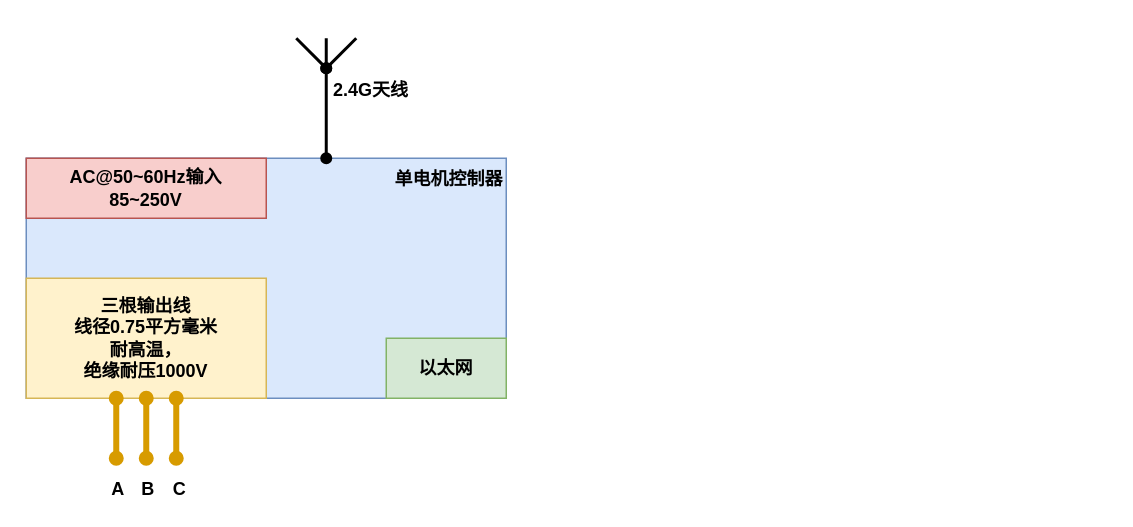
Above: JAKDRAW2.drawio in FeO2081/soft (draw.io), before the change. Source tidied: cells renumbered, new cells numbered last; positions are measured from the earlier drawing's top-left corner, leaving out a move shared by most shapes. Both pictures are drawn from the tidied source at 150%, with x=0, y=0 at pixel (26, 38).
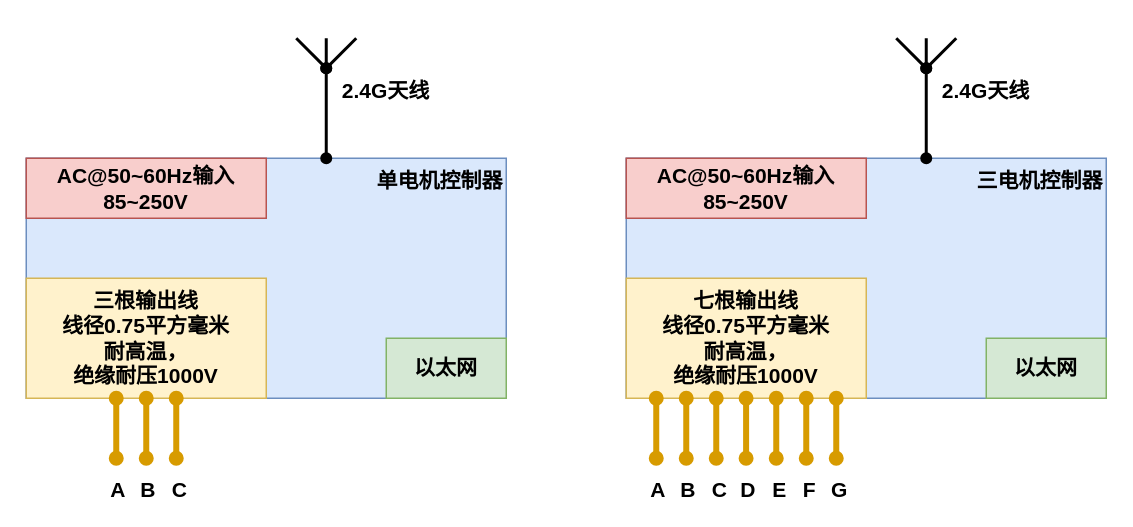
The same diagram, later.

Change to the diagram source:
```diff
@@
-    <mxCell id="2" value="单电机控制器" style="rounded=0;whiteSpace=wrap;html=1;fillColor=#dae8fc;strokeColor=#6c8ebf;fontStyle=1;align=right;verticalAlign=top;" parent="1" vertex="1">
+    <mxCell id="2" value="单电机控制器" style="rounded=0;whiteSpace=wrap;html=1;fillColor=#dae8fc;strokeColor=#6c8ebf;fontStyle=1;align=right;verticalAlign=top;fontSize=14;" parent="1" vertex="1">
       <mxGeometry y="80" width="320" height="160" as="geometry" />
     </mxCell>
-    <mxCell id="3" value="AC@50~60Hz输入&lt;div&gt;85~250V&lt;/div&gt;" style="rounded=0;whiteSpace=wrap;html=1;fillColor=#f8cecc;strokeColor=#b85450;fontStyle=1;" parent="1" vertex="1">
+    <mxCell id="3" value="AC@50~60Hz输入&lt;div&gt;85~250V&lt;/div&gt;" style="rounded=0;whiteSpace=wrap;html=1;fillColor=#f8cecc;strokeColor=#b85450;fontStyle=1;fontSize=14;" parent="1" vertex="1">
       <mxGeometry y="80" width="160" height="40" as="geometry" />
     </mxCell>
-    <mxCell id="4" style="endArrow=none;html=1;rounded=1;curved=0;strokeWidth=2;startArrow=oval;startFill=1;endFill=0;" parent="1" edge="1">
+    <mxCell id="4" style="endArrow=none;html=1;rounded=1;curved=0;strokeWidth=2;startArrow=oval;startFill=1;endFill=0;fontSize=14;" parent="1" edge="1">
       <mxGeometry relative="1" as="geometry">
         <mxPoint x="200" y="80" as="sourcePoint" />
         <mxPoint x="200" as="targetPoint" />
       </mxGeometry>
     </mxCell>
-    <mxCell id="5" style="endArrow=none;html=1;rounded=0;startArrow=oval;startFill=1;endFill=0;strokeWidth=2;" parent="1" edge="1">
+    <mxCell id="5" style="endArrow=none;html=1;rounded=0;startArrow=oval;startFill=1;endFill=0;strokeWidth=2;fontSize=14;" parent="1" edge="1">
       <mxGeometry relative="1" as="geometry">
         <mxPoint x="200" y="20" as="sourcePoint" />
         <mxPoint x="220" as="targetPoint" />
       </mxGeometry>
     </mxCell>
-    <mxCell id="6" style="endArrow=none;html=1;rounded=0;startArrow=oval;startFill=1;endFill=0;strokeWidth=2;" parent="1" edge="1">
+    <mxCell id="6" style="endArrow=none;html=1;rounded=0;startArrow=oval;startFill=1;endFill=0;strokeWidth=2;fontSize=14;" parent="1" edge="1">
       <mxGeometry relative="1" as="geometry">
         <mxPoint x="200" y="20" as="sourcePoint" />
         <mxPoint x="180" as="targetPoint" />
       </mxGeometry>
     </mxCell>
-    <mxCell id="7" value="2.4G天线" style="text;html=1;whiteSpace=wrap;strokeColor=none;fillColor=none;align=center;verticalAlign=middle;rounded=0;fontStyle=1;" parent="1" vertex="1">
-      <mxGeometry x="200" y="20" width="60" height="30" as="geometry" />
+    <mxCell id="7" value="2.4G天线" style="text;html=1;whiteSpace=wrap;strokeColor=none;fillColor=none;align=center;verticalAlign=middle;rounded=0;fontStyle=1;fontSize=14;" parent="1" vertex="1">
+      <mxGeometry x="200" y="20" width="80" height="30" as="geometry" />
     </mxCell>
-    <mxCell id="8" value="以太网" style="rounded=0;whiteSpace=wrap;html=1;fillColor=#d5e8d4;strokeColor=#82b366;fontStyle=1;" parent="1" vertex="1">
+    <mxCell id="8" value="以太网" style="rounded=0;whiteSpace=wrap;html=1;fillColor=#d5e8d4;strokeColor=#82b366;fontStyle=1;fontSize=14;" parent="1" vertex="1">
       <mxGeometry x="240" y="200" width="80" height="40" as="geometry" />
     </mxCell>
-    <mxCell id="9" value="三根输出线&lt;div&gt;线径0.75平方毫米&lt;/div&gt;&lt;div&gt;耐高温，&lt;/div&gt;&lt;div&gt;绝缘耐压1000V&lt;/div&gt;" style="rounded=0;whiteSpace=wrap;html=1;fillColor=#fff2cc;strokeColor=#d6b656;fontStyle=1;" parent="1" vertex="1">
+    <mxCell id="9" value="三根输出线&lt;div&gt;线径0.75平方毫米&lt;/div&gt;&lt;div&gt;耐高温，&lt;/div&gt;&lt;div&gt;绝缘耐压1000V&lt;/div&gt;" style="rounded=0;whiteSpace=wrap;html=1;fillColor=#fff2cc;strokeColor=#d6b656;fontStyle=1;fontSize=14;" parent="1" vertex="1">
       <mxGeometry y="160" width="160" height="80" as="geometry" />
     </mxCell>
-    <mxCell id="10" style="endArrow=oval;html=1;rounded=0;entryX=0.25;entryY=1;entryDx=0;entryDy=0;strokeWidth=4;startArrow=oval;startFill=1;endFill=1;fillColor=#ffe6cc;strokeColor=#d79b00;" parent="1" edge="1">
+    <mxCell id="10" style="endArrow=oval;html=1;rounded=0;entryX=0.25;entryY=1;entryDx=0;entryDy=0;strokeWidth=4;startArrow=oval;startFill=1;endFill=1;fillColor=#ffe6cc;strokeColor=#d79b00;fontSize=14;" parent="1" edge="1">
       <mxGeometry relative="1" as="geometry">
         <mxPoint x="60" y="280" as="sourcePoint" />
         <mxPoint x="60" y="240" as="targetPoint" />
       </mxGeometry>
     </mxCell>
-    <mxCell id="11" value="A" style="edgeLabel;html=1;align=center;verticalAlign=middle;fontSize=12;fontStyle=1;" parent="10" vertex="1">
+    <mxCell id="11" value="A" style="edgeLabel;html=1;align=center;verticalAlign=middle;fontSize=14;fontStyle=1;" parent="10" vertex="1">
       <mxGeometry x="0.09" relative="1" as="geometry">
         <mxPoint y="42" as="offset" />
       </mxGeometry>
     </mxCell>
-    <mxCell id="12" style="endArrow=oval;html=1;rounded=0;entryX=0.5;entryY=1;entryDx=0;entryDy=0;strokeWidth=4;startArrow=oval;startFill=1;endFill=1;fillColor=#ffe6cc;strokeColor=#d79b00;" parent="1" edge="1" target="9">
+    <mxCell id="12" style="endArrow=oval;html=1;rounded=0;entryX=0.5;entryY=1;entryDx=0;entryDy=0;strokeWidth=4;startArrow=oval;startFill=1;endFill=1;fillColor=#ffe6cc;strokeColor=#d79b00;fontSize=14;" parent="1" edge="1" target="9">
       <mxGeometry relative="1" as="geometry">
         <mxPoint x="80" y="280" as="sourcePoint" />
       </mxGeometry>
     </mxCell>
-    <mxCell id="13" value="B" style="edgeLabel;html=1;align=center;verticalAlign=middle;fontSize=12;fontStyle=1;" parent="12" vertex="1">
+    <mxCell id="13" value="B" style="edgeLabel;html=1;align=center;verticalAlign=middle;fontSize=14;fontStyle=1;" parent="12" vertex="1">
       <mxGeometry x="0.02" y="1" relative="1" as="geometry">
         <mxPoint x="1" y="40" as="offset" />
       </mxGeometry>
     </mxCell>
-    <mxCell id="14" style="endArrow=oval;html=1;rounded=0;entryX=0.75;entryY=1;entryDx=0;entryDy=0;strokeWidth=4;startArrow=oval;startFill=1;endFill=1;fillColor=#ffe6cc;strokeColor=#d79b00;" parent="1" edge="1">
+    <mxCell id="14" style="endArrow=oval;html=1;rounded=0;entryX=0.75;entryY=1;entryDx=0;entryDy=0;strokeWidth=4;startArrow=oval;startFill=1;endFill=1;fillColor=#ffe6cc;strokeColor=#d79b00;fontSize=14;" parent="1" edge="1">
       <mxGeometry relative="1" as="geometry">
         <mxPoint x="100" y="280" as="sourcePoint" />
         <mxPoint x="100" y="240" as="targetPoint" />
       </mxGeometry>
     </mxCell>
-    <mxCell id="15" value="C" style="edgeLabel;html=1;align=center;verticalAlign=middle;fontSize=12;fontStyle=1;" parent="14" vertex="1">
+    <mxCell id="15" value="C" style="edgeLabel;html=1;align=center;verticalAlign=middle;fontSize=14;fontStyle=1;" parent="14" vertex="1">
       <mxGeometry x="-0.05" y="-1" relative="1" as="geometry">
         <mxPoint y="39" as="offset" />
       </mxGeometry>
     </mxCell>
+    <mxCell id="16" value="三电机控制器" style="rounded=0;whiteSpace=wrap;html=1;fillColor=#dae8fc;strokeColor=#6c8ebf;fontStyle=1;align=right;verticalAlign=top;fontSize=14;" parent="1" vertex="1">
+      <mxGeometry x="400" y="80" width="320" height="160" as="geometry" />
+    </mxCell>
+    <mxCell id="17" value="AC@50~60Hz输入&lt;div&gt;85~250V&lt;/div&gt;" style="rounded=0;whiteSpace=wrap;html=1;fillColor=#f8cecc;strokeColor=#b85450;fontStyle=1;fontSize=14;" parent="1" vertex="1">
+      <mxGeometry x="400" y="80" width="160" height="40" as="geometry" />
+    </mxCell>
+    <mxCell id="18" style="endArrow=none;html=1;rounded=1;curved=0;strokeWidth=2;startArrow=oval;startFill=1;endFill=0;fontSize=14;" parent="1" edge="1">
+      <mxGeometry relative="1" as="geometry">
+        <mxPoint x="600" y="80" as="sourcePoint" />
+        <mxPoint x="600" as="targetPoint" />
+      </mxGeometry>
+    </mxCell>
+    <mxCell id="19" style="endArrow=none;html=1;rounded=0;startArrow=oval;startFill=1;endFill=0;strokeWidth=2;fontSize=14;" parent="1" edge="1">
+      <mxGeometry relative="1" as="geometry">
+        <mxPoint x="600" y="20" as="sourcePoint" />
+        <mxPoint x="620" as="targetPoint" />
+      </mxGeometry>
+    </mxCell>
+    <mxCell id="20" style="endArrow=none;html=1;rounded=0;startArrow=oval;startFill=1;endFill=0;strokeWidth=2;fontSize=14;" parent="1" edge="1">
+      <mxGeometry relative="1" as="geometry">
+        <mxPoint x="600" y="20" as="sourcePoint" />
+        <mxPoint x="580" as="targetPoint" />
+      </mxGeometry>
+    </mxCell>
+    <mxCell id="21" value="2.4G天线" style="text;html=1;whiteSpace=wrap;strokeColor=none;fillColor=none;align=center;verticalAlign=middle;rounded=0;fontStyle=1;fontSize=14;" parent="1" vertex="1">
+      <mxGeometry x="600" y="20" width="80" height="30" as="geometry" />
+    </mxCell>
+    <mxCell id="22" value="以太网" style="rounded=0;whiteSpace=wrap;html=1;fillColor=#d5e8d4;strokeColor=#82b366;fontStyle=1;fontSize=14;" parent="1" vertex="1">
+      <mxGeometry x="640" y="200" width="80" height="40" as="geometry" />
+    </mxCell>
+    <mxCell id="23" value="七根输出线&lt;div&gt;线径0.75平方毫米&lt;/div&gt;&lt;div&gt;耐高温，&lt;/div&gt;&lt;div&gt;绝缘耐压1000V&lt;/div&gt;" style="rounded=0;whiteSpace=wrap;html=1;fillColor=#fff2cc;strokeColor=#d6b656;fontStyle=1;fontSize=14;" parent="1" vertex="1">
+      <mxGeometry x="400" y="160" width="160" height="80" as="geometry" />
+    </mxCell>
+    <mxCell id="24" style="endArrow=oval;html=1;rounded=0;entryX=0.25;entryY=1;entryDx=0;entryDy=0;strokeWidth=4;startArrow=oval;startFill=1;endFill=1;fillColor=#ffe6cc;strokeColor=#d79b00;fontSize=14;" parent="1" edge="1">
+      <mxGeometry relative="1" as="geometry">
+        <mxPoint x="420" y="280" as="sourcePoint" />
+        <mxPoint x="420" y="240" as="targetPoint" />
+      </mxGeometry>
+    </mxCell>
+    <mxCell id="25" value="A" style="edgeLabel;html=1;align=center;verticalAlign=middle;fontSize=14;fontStyle=1;" parent="24" vertex="1">
+      <mxGeometry x="0.09" relative="1" as="geometry">
+        <mxPoint y="42" as="offset" />
+      </mxGeometry>
+    </mxCell>
+    <mxCell id="26" style="endArrow=oval;html=1;rounded=0;entryX=0.5;entryY=1;entryDx=0;entryDy=0;strokeWidth=4;startArrow=oval;startFill=1;endFill=1;fillColor=#ffe6cc;strokeColor=#d79b00;fontSize=14;" parent="1" edge="1">
+      <mxGeometry relative="1" as="geometry">
+        <mxPoint x="440" y="280" as="sourcePoint" />
+        <mxPoint x="440" y="240" as="targetPoint" />
+      </mxGeometry>
+    </mxCell>
+    <mxCell id="27" value="B" style="edgeLabel;html=1;align=center;verticalAlign=middle;fontSize=14;fontStyle=1;" parent="26" vertex="1">
+      <mxGeometry x="0.02" y="1" relative="1" as="geometry">
+        <mxPoint x="1" y="40" as="offset" />
+      </mxGeometry>
+    </mxCell>
+    <mxCell id="28" style="endArrow=oval;html=1;rounded=0;entryX=0.75;entryY=1;entryDx=0;entryDy=0;strokeWidth=4;startArrow=oval;startFill=1;endFill=1;fillColor=#ffe6cc;strokeColor=#d79b00;fontSize=14;" parent="1" edge="1">
+      <mxGeometry relative="1" as="geometry">
+        <mxPoint x="460" y="280" as="sourcePoint" />
+        <mxPoint x="460" y="240" as="targetPoint" />
+      </mxGeometry>
+    </mxCell>
+    <mxCell id="29" value="C" style="edgeLabel;html=1;align=center;verticalAlign=middle;fontSize=14;fontStyle=1;" parent="28" vertex="1">
+      <mxGeometry x="-0.05" y="-1" relative="1" as="geometry">
+        <mxPoint y="39" as="offset" />
+      </mxGeometry>
+    </mxCell>
+    <mxCell id="30" style="endArrow=oval;html=1;rounded=0;entryX=0.75;entryY=1;entryDx=0;entryDy=0;strokeWidth=4;startArrow=oval;startFill=1;endFill=1;fillColor=#ffe6cc;strokeColor=#d79b00;fontSize=14;" parent="1" edge="1">
+      <mxGeometry relative="1" as="geometry">
+        <mxPoint x="479.9" y="280" as="sourcePoint" />
+        <mxPoint x="479.9" y="240" as="targetPoint" />
+      </mxGeometry>
+    </mxCell>
+    <mxCell id="31" value="D" style="edgeLabel;html=1;align=center;verticalAlign=middle;fontSize=14;fontStyle=1;" parent="30" vertex="1">
+      <mxGeometry x="-0.05" y="-1" relative="1" as="geometry">
+        <mxPoint y="39" as="offset" />
+      </mxGeometry>
+    </mxCell>
+    <mxCell id="32" style="endArrow=oval;html=1;rounded=0;entryX=0.75;entryY=1;entryDx=0;entryDy=0;strokeWidth=4;startArrow=oval;startFill=1;endFill=1;fillColor=#ffe6cc;strokeColor=#d79b00;fontSize=14;" parent="1" edge="1">
+      <mxGeometry relative="1" as="geometry">
+        <mxPoint x="500" y="280" as="sourcePoint" />
+        <mxPoint x="500" y="240" as="targetPoint" />
+      </mxGeometry>
+    </mxCell>
+    <mxCell id="33" value="E" style="edgeLabel;html=1;align=center;verticalAlign=middle;fontSize=14;fontStyle=1;" parent="32" vertex="1">
+      <mxGeometry x="-0.05" y="-1" relative="1" as="geometry">
+        <mxPoint y="39" as="offset" />
+      </mxGeometry>
+    </mxCell>
+    <mxCell id="34" style="endArrow=oval;html=1;rounded=0;entryX=0.75;entryY=1;entryDx=0;entryDy=0;strokeWidth=4;startArrow=oval;startFill=1;endFill=1;fillColor=#ffe6cc;strokeColor=#d79b00;fontSize=14;" parent="1" edge="1">
+      <mxGeometry relative="1" as="geometry">
+        <mxPoint x="520" y="280" as="sourcePoint" />
+        <mxPoint x="520" y="240" as="targetPoint" />
+      </mxGeometry>
+    </mxCell>
+    <mxCell id="35" value="F" style="edgeLabel;html=1;align=center;verticalAlign=middle;fontSize=14;fontStyle=1;" parent="34" vertex="1">
+      <mxGeometry x="-0.05" y="-1" relative="1" as="geometry">
+        <mxPoint y="39" as="offset" />
+      </mxGeometry>
+    </mxCell>
+    <mxCell id="36" style="endArrow=oval;html=1;rounded=0;entryX=0.75;entryY=1;entryDx=0;entryDy=0;strokeWidth=4;startArrow=oval;startFill=1;endFill=1;fillColor=#ffe6cc;strokeColor=#d79b00;fontSize=14;" parent="1" edge="1">
+      <mxGeometry relative="1" as="geometry">
+        <mxPoint x="540" y="280" as="sourcePoint" />
+        <mxPoint x="540" y="240" as="targetPoint" />
+      </mxGeometry>
+    </mxCell>
+    <mxCell id="37" value="G" style="edgeLabel;html=1;align=center;verticalAlign=middle;fontSize=14;fontStyle=1;" parent="36" vertex="1">
+      <mxGeometry x="-0.05" y="-1" relative="1" as="geometry">
+        <mxPoint y="39" as="offset" />
+      </mxGeometry>
+    </mxCell>
```
